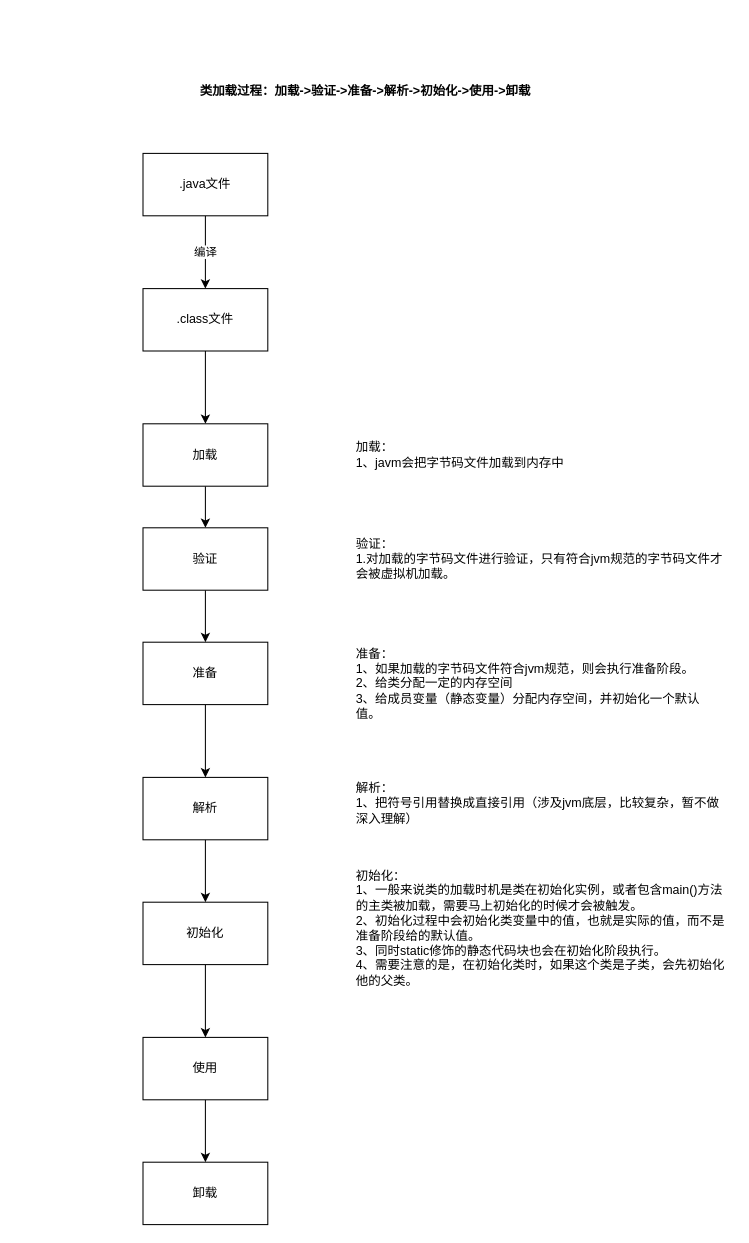
Earlier version of the draw.io diagram 架构图例/其他图/003_JVM类加载机制.drawio (childin/childin). Source tidied: cells renumbered, new cells numbered last; positions are measured from the earlier drawing's top-left corner, leaving out a move shared by most shapes. Both pictures are drawn from the tidied source at 104%, with x=0, y=0 at pixel (142, 80).
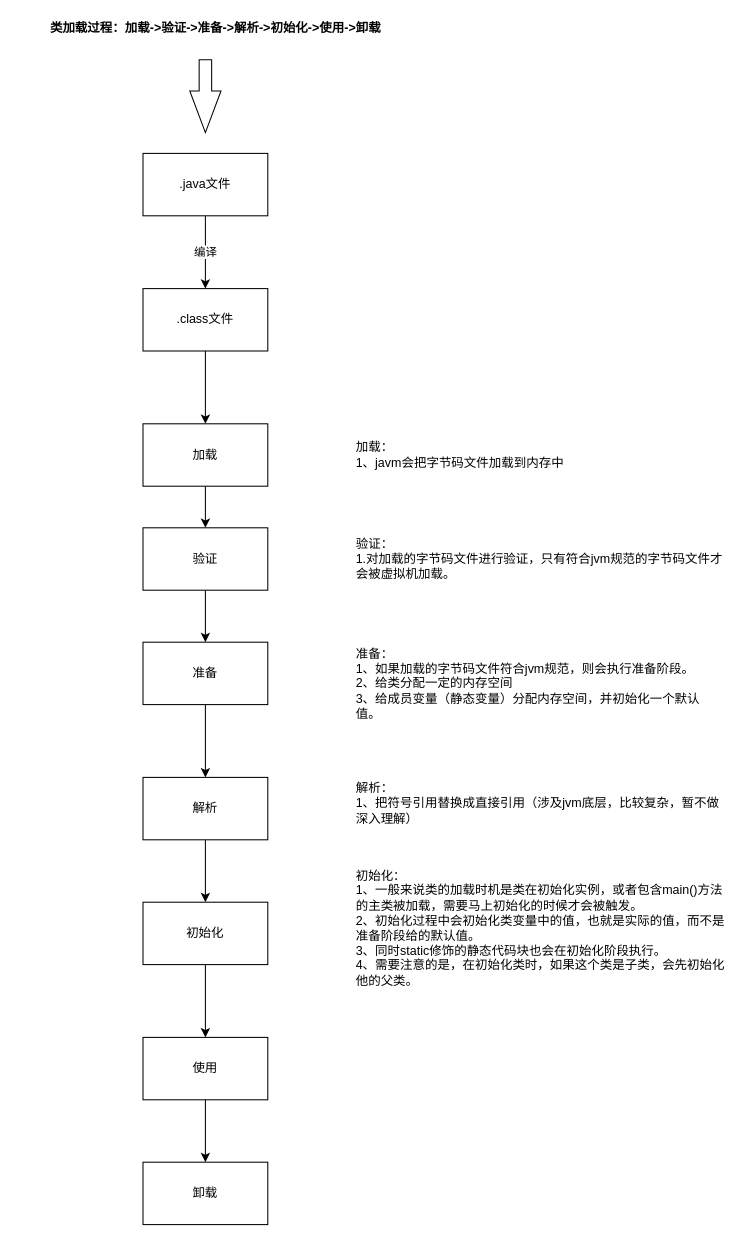
After the change.

Commit message (it also covers changes not shown here):
更新003_JVM类加载机制.drawio

Diff of the diagram source:
```diff
@@
     <mxCell id="2" value="类加载过程：加载-&amp;gt;验证-&amp;gt;准备-&amp;gt;解析-&amp;gt;初始化-&amp;gt;使用-&amp;gt;卸载" style="text;html=1;strokeColor=none;fillColor=none;align=center;verticalAlign=middle;whiteSpace=wrap;rounded=0;fontStyle=1;" parent="1" vertex="1">
-      <mxGeometry x="24" width="380" height="20" as="geometry" />
+      <mxGeometry x="-120" y="-60" width="380" height="20" as="geometry" />
     </mxCell>
@@
+    <mxCell id="25" style="html=1;shadow=0;dashed=0;align=center;verticalAlign=middle;shape=mxgraph.arrows2.arrow;dy=0.6;dx=40;direction=south;notch=0;" parent="1" vertex="1">
+      <mxGeometry x="45" y="-20" width="30" height="70" as="geometry" />
+    </mxCell>
```
